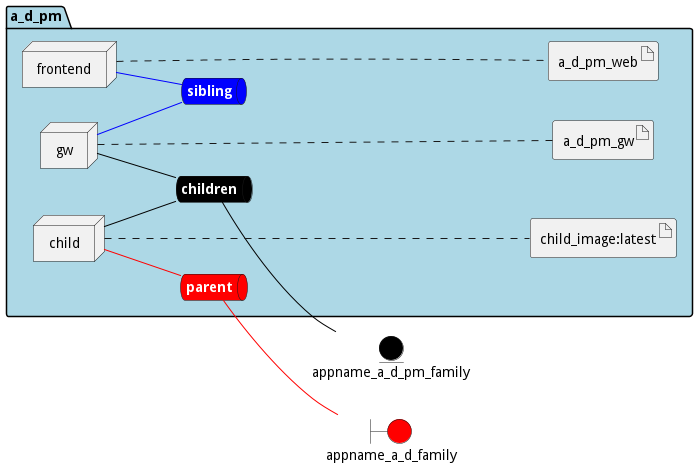
Before: docs/edgemere/aml/ds/pm/envs/prod/deployment.png, a diagram exported from PlantUML (madajaju/edgemere).
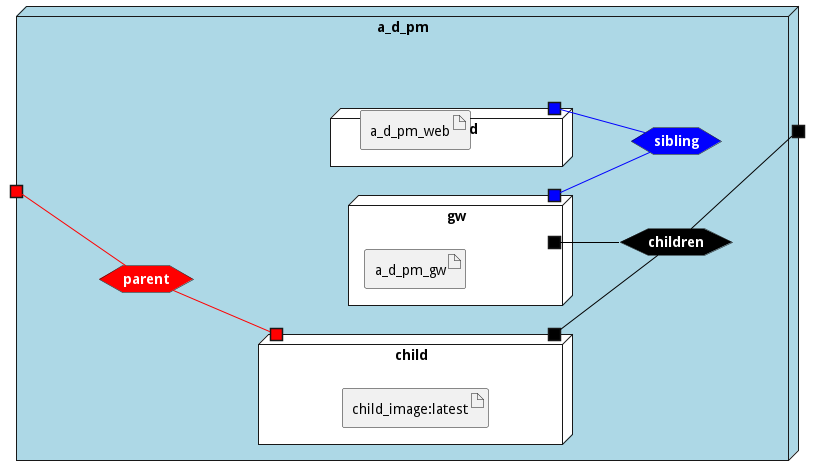
Above is the later version.

Diff of the diagram source:
```diff
@@ -3,57 +3,64 @@
 left to right direction
 
 
-boundary appname_a_d_family #red
-
-
-entity appname_a_d_pm_family #black
 
 
 
 
-package "a_d_pm" #lightblue {
-    queue childrennet #black [
+
+node "a_d_pm" #lightblue {
+
+
+    hexagon childrennet #black [
             <b><color:white>children</color></b>
     ]
 
-    childrennet -[#black]- appname_a_d_pm_family
+    portout " " as childrennetPortOut #black
+    childrennet -[#black]- childrennetPortOut
 
-    queue siblingnet #blue [
+    hexagon siblingnet #blue [
             <b><color:white>sibling</color></b>
     ]
 
-    queue parentnet #red [
+    hexagon parentnet #red [
             <b><color:white>parent</color></b>
     ]
 
-    parentnet -[#red]- appname_a_d_family
+    portin " " as parentnetPortIn #red
+    parentnetPortIn -[#red]- parentnet
 
 
-node "child" as childService
-node "frontend" as frontendService
-node "gw" as gwService
+node "child" as childService #white {
+    portOut " " as childServicechildrennet #black
+   childServicechildrennet -[#black]- childrennet
+
+    portIn " " as childServiceparentnet #red
+    parentnet -[#red]- childServiceparentnet
 
 
-        artifact "child_image:latest" as child_imagelatestimage
+    artifact "child_image:latest" as child_imagelatestimage
 
-        artifact "a_d_pm_web" as a_d_pm_webimage
+}
+node "frontend" as frontendService #white {
+    portOut " " as frontendServicesiblingnet #blue
+   frontendServicesiblingnet -[#blue]- siblingnet
 
-        artifact "a_d_pm_gw" as a_d_pm_gwimage
+
+    artifact "a_d_pm_web" as a_d_pm_webimage
+
+}
+node "gw" as gwService #white {
+    portOut " " as gwServicechildrennet #black
+   gwServicechildrennet -[#black]- childrennet
+       portOut " " as gwServicesiblingnet #blue
+   gwServicesiblingnet -[#blue]- siblingnet
+
+
+    artifact "a_d_pm_gw" as a_d_pm_gwimage
 
 }
 
-childService -[#black]- childrennet
-
-childService -[#red]- parentnet
-
-frontendService -[#blue]- siblingnet
-
-gwService -[#black]- childrennet
-
-gwService -[#blue]- siblingnet
-childService .... child_imagelatestimage
-frontendService .... a_d_pm_webimage
-gwService .... a_d_pm_gwimage
+}
 
 
 @enduml
```
